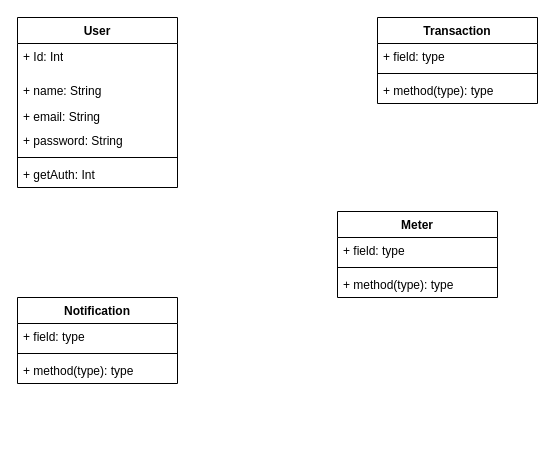
The draw.io diagram BillClass Diagram.drawio in LeloKarma/website, before the edit. Source tidied: cells renumbered, new cells numbered last; positions are measured from the earlier drawing's top-left corner, leaving out a move shared by most shapes. Both pictures are drawn from the tidied source at 100%, with x=0, y=0 at pixel (17, 17).
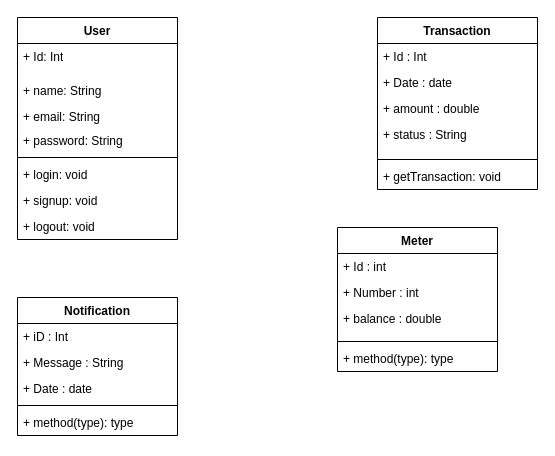
Above is the later version.

The edit, as a diff of the source:
```diff
@@
     <mxCell id="2" value="User" style="swimlane;fontStyle=1;align=center;verticalAlign=top;horizontal=1;startSize=26;whiteSpace=wrap;html=1;" parent="1" vertex="1">
-      <mxGeometry width="160" height="170" as="geometry" />
+      <mxGeometry width="160" height="222" as="geometry" />
     </mxCell>
@@
-    <mxCell id="8" value="+ getAuth: Int" style="text;strokeColor=none;fillColor=none;align=left;verticalAlign=top;spacingLeft=4;spacingRight=4;overflow=hidden;whiteSpace=wrap;html=1;" parent="2" vertex="1">
+    <mxCell id="8" value="+ login: void" style="text;strokeColor=none;fillColor=none;align=left;verticalAlign=top;spacingLeft=4;spacingRight=4;overflow=hidden;whiteSpace=wrap;html=1;" parent="2" vertex="1">
       <mxGeometry y="144" width="160" height="26" as="geometry" />
     </mxCell>
+    <mxCell id="21" value="+ signup: void" style="text;strokeColor=none;fillColor=none;align=left;verticalAlign=top;spacingLeft=4;spacingRight=4;overflow=hidden;whiteSpace=wrap;html=1;" parent="2" vertex="1">
+      <mxGeometry y="170" width="160" height="26" as="geometry" />
+    </mxCell>
+    <mxCell id="22" value="+ logout: void" style="text;strokeColor=none;fillColor=none;align=left;verticalAlign=top;spacingLeft=4;spacingRight=4;overflow=hidden;whiteSpace=wrap;html=1;" parent="2" vertex="1">
+      <mxGeometry y="196" width="160" height="26" as="geometry" />
+    </mxCell>
     <mxCell id="9" value="Transaction" style="swimlane;fontStyle=1;align=center;verticalAlign=top;horizontal=1;startSize=26;whiteSpace=wrap;html=1;" parent="1" vertex="1">
-      <mxGeometry x="360" width="160" height="86" as="geometry" />
+      <mxGeometry x="360" width="160" height="172" as="geometry" />
     </mxCell>
-    <mxCell id="10" value="+ field: type" style="text;strokeColor=none;fillColor=none;align=left;verticalAlign=top;spacingLeft=4;spacingRight=4;overflow=hidden;whiteSpace=wrap;html=1;" parent="9" vertex="1">
+    <mxCell id="10" value="+ Id : Int" style="text;strokeColor=none;fillColor=none;align=left;verticalAlign=top;spacingLeft=4;spacingRight=4;overflow=hidden;whiteSpace=wrap;html=1;" parent="9" vertex="1">
       <mxGeometry y="26" width="160" height="26" as="geometry" />
     </mxCell>
+    <mxCell id="23" value="+ Date : date" style="text;strokeColor=none;fillColor=none;align=left;verticalAlign=top;spacingLeft=4;spacingRight=4;overflow=hidden;whiteSpace=wrap;html=1;" parent="9" vertex="1">
+      <mxGeometry y="52" width="160" height="26" as="geometry" />
+    </mxCell>
+    <mxCell id="24" value="+ amount : double" style="text;strokeColor=none;fillColor=none;align=left;verticalAlign=top;spacingLeft=4;spacingRight=4;overflow=hidden;whiteSpace=wrap;html=1;" parent="9" vertex="1">
+      <mxGeometry y="78" width="160" height="26" as="geometry" />
+    </mxCell>
+    <mxCell id="25" value="+ status : String" style="text;strokeColor=none;fillColor=none;align=left;verticalAlign=top;spacingLeft=4;spacingRight=4;overflow=hidden;whiteSpace=wrap;html=1;" parent="9" vertex="1">
+      <mxGeometry y="104" width="160" height="34" as="geometry" />
+    </mxCell>
     <mxCell id="11" style="line;strokeWidth=1;fillColor=none;align=left;verticalAlign=middle;spacingTop=-1;spacingLeft=3;spacingRight=3;labelPosition=right;strokeColor=inherit;" parent="9" vertex="1">
-      <mxGeometry y="52" width="160" height="8" as="geometry" />
+      <mxGeometry y="138" width="160" height="8" as="geometry" />
     </mxCell>
-    <mxCell id="12" value="+ method(type): type" style="text;strokeColor=none;fillColor=none;align=left;verticalAlign=top;spacingLeft=4;spacingRight=4;overflow=hidden;whiteSpace=wrap;html=1;" parent="9" vertex="1">
-      <mxGeometry y="60" width="160" height="26" as="geometry" />
+    <mxCell id="12" value="+ getTransaction: void" style="text;strokeColor=none;fillColor=none;align=left;verticalAlign=top;spacingLeft=4;spacingRight=4;overflow=hidden;whiteSpace=wrap;html=1;" parent="9" vertex="1">
+      <mxGeometry y="146" width="160" height="26" as="geometry" />
     </mxCell>
     <mxCell id="13" value="Meter" style="swimlane;fontStyle=1;align=center;verticalAlign=top;horizontal=1;startSize=26;whiteSpace=wrap;html=1;" parent="1" vertex="1">
-      <mxGeometry x="320" y="194" width="160" height="86" as="geometry" />
+      <mxGeometry x="320" y="210" width="160" height="144" as="geometry" />
     </mxCell>
-    <mxCell id="14" value="+ field: type" style="text;strokeColor=none;fillColor=none;align=left;verticalAlign=top;spacingLeft=4;spacingRight=4;overflow=hidden;whiteSpace=wrap;html=1;" parent="13" vertex="1">
+    <mxCell id="14" value="+ Id : int" style="text;strokeColor=none;fillColor=none;align=left;verticalAlign=top;spacingLeft=4;spacingRight=4;overflow=hidden;whiteSpace=wrap;html=1;" parent="13" vertex="1">
       <mxGeometry y="26" width="160" height="26" as="geometry" />
     </mxCell>
+    <mxCell id="26" value="+ Number : int" style="text;strokeColor=none;fillColor=none;align=left;verticalAlign=top;spacingLeft=4;spacingRight=4;overflow=hidden;whiteSpace=wrap;html=1;" parent="13" vertex="1">
+      <mxGeometry y="52" width="160" height="26" as="geometry" />
+    </mxCell>
+    <mxCell id="27" value="+ balance : double" style="text;strokeColor=none;fillColor=none;align=left;verticalAlign=top;spacingLeft=4;spacingRight=4;overflow=hidden;whiteSpace=wrap;html=1;" parent="13" vertex="1">
+      <mxGeometry y="78" width="160" height="32" as="geometry" />
+    </mxCell>
     <mxCell id="15" style="line;strokeWidth=1;fillColor=none;align=left;verticalAlign=middle;spacingTop=-1;spacingLeft=3;spacingRight=3;labelPosition=right;strokeColor=inherit;" parent="13" vertex="1">
-      <mxGeometry y="52" width="160" height="8" as="geometry" />
+      <mxGeometry y="110" width="160" height="8" as="geometry" />
     </mxCell>
     <mxCell id="16" value="+ method(type): type" style="text;strokeColor=none;fillColor=none;align=left;verticalAlign=top;spacingLeft=4;spacingRight=4;overflow=hidden;whiteSpace=wrap;html=1;" parent="13" vertex="1">
-      <mxGeometry y="60" width="160" height="26" as="geometry" />
+      <mxGeometry y="118" width="160" height="26" as="geometry" />
     </mxCell>
     <mxCell id="17" value="Notification&lt;div&gt;&lt;br&gt;&lt;/div&gt;" style="swimlane;fontStyle=1;align=center;verticalAlign=top;horizontal=1;startSize=26;whiteSpace=wrap;html=1;" parent="1" vertex="1">
-      <mxGeometry y="280" width="160" height="86" as="geometry" />
+      <mxGeometry y="280" width="160" height="138" as="geometry" />
     </mxCell>
-    <mxCell id="18" value="+ field: type" style="text;strokeColor=none;fillColor=none;align=left;verticalAlign=top;spacingLeft=4;spacingRight=4;overflow=hidden;whiteSpace=wrap;html=1;" parent="17" vertex="1">
+    <mxCell id="18" value="+ iD : Int" style="text;strokeColor=none;fillColor=none;align=left;verticalAlign=top;spacingLeft=4;spacingRight=4;overflow=hidden;whiteSpace=wrap;html=1;" parent="17" vertex="1">
       <mxGeometry y="26" width="160" height="26" as="geometry" />
     </mxCell>
+    <mxCell id="28" value="+ Message : String" style="text;strokeColor=none;fillColor=none;align=left;verticalAlign=top;spacingLeft=4;spacingRight=4;overflow=hidden;whiteSpace=wrap;html=1;" parent="17" vertex="1">
+      <mxGeometry y="52" width="160" height="26" as="geometry" />
+    </mxCell>
+    <mxCell id="29" value="+ Date : date" style="text;strokeColor=none;fillColor=none;align=left;verticalAlign=top;spacingLeft=4;spacingRight=4;overflow=hidden;whiteSpace=wrap;html=1;" parent="17" vertex="1">
+      <mxGeometry y="78" width="160" height="26" as="geometry" />
+    </mxCell>
     <mxCell id="19" style="line;strokeWidth=1;fillColor=none;align=left;verticalAlign=middle;spacingTop=-1;spacingLeft=3;spacingRight=3;labelPosition=right;strokeColor=inherit;" parent="17" vertex="1">
-      <mxGeometry y="52" width="160" height="8" as="geometry" />
+      <mxGeometry y="104" width="160" height="8" as="geometry" />
     </mxCell>
     <mxCell id="20" value="+ method(type): type" style="text;strokeColor=none;fillColor=none;align=left;verticalAlign=top;spacingLeft=4;spacingRight=4;overflow=hidden;whiteSpace=wrap;html=1;" parent="17" vertex="1">
-      <mxGeometry y="60" width="160" height="26" as="geometry" />
+      <mxGeometry y="112" width="160" height="26" as="geometry" />
     </mxCell>
```
